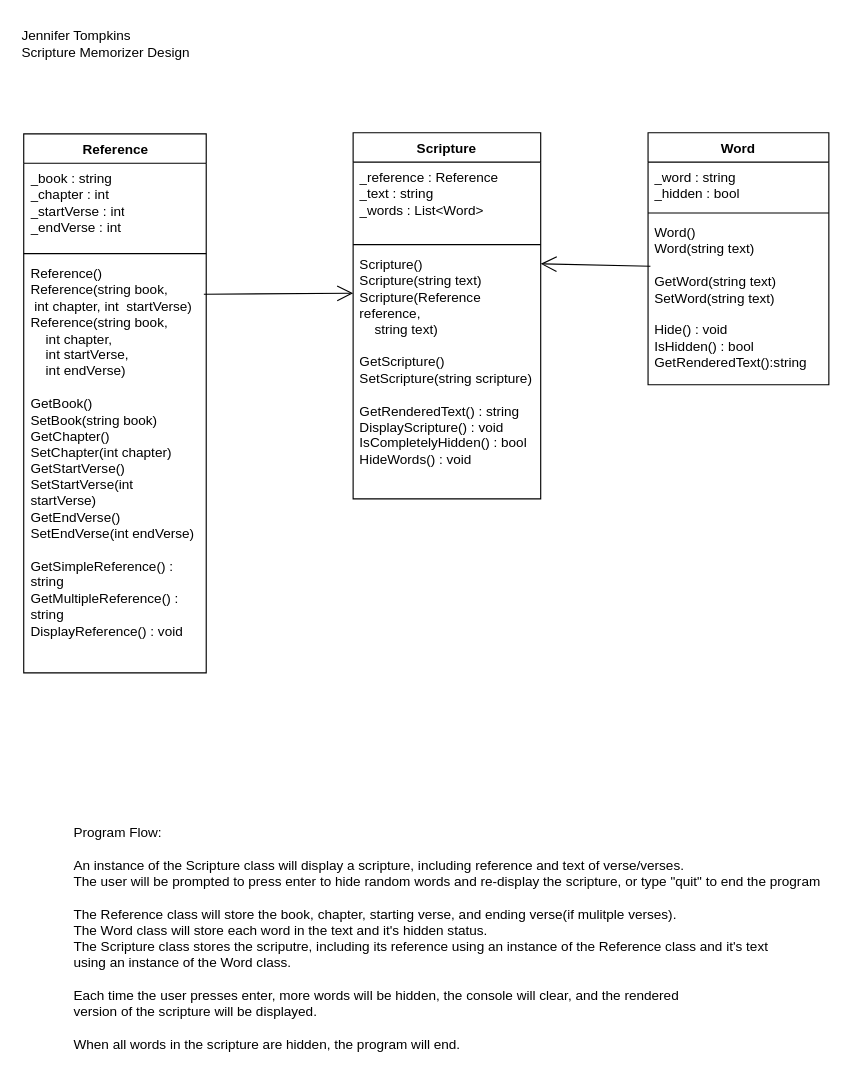
Above: prove/Develop03/ScriptureDiagram.drawio in jtompkins1/cse210-projects (draw.io), before the change. Source tidied: cells renumbered, new cells numbered last; positions are measured from the earlier drawing's top-left corner, leaving out a move shared by most shapes. Both pictures are drawn from the tidied source at 113%, with x=0, y=0 at pixel (19, 19).
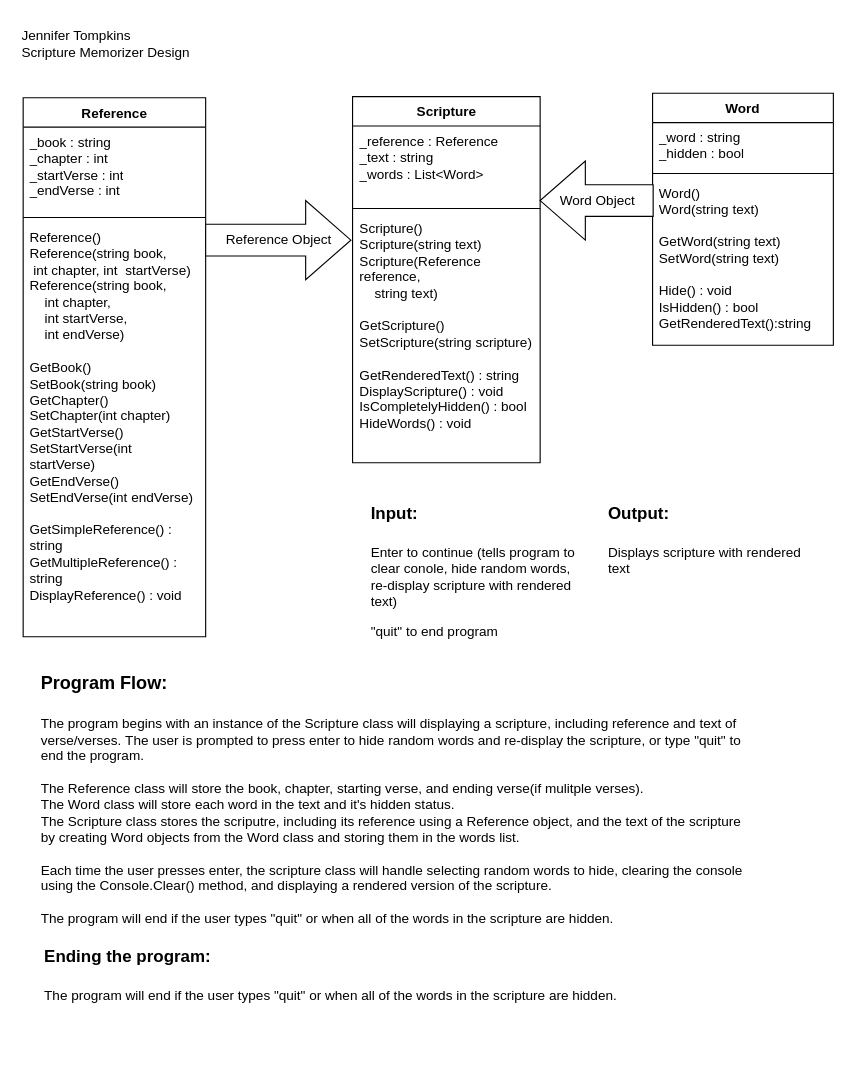
The same page after the edit.

Unchanged cells that the change refers to:
```xml
<mxCell id="17" value="&lt;div style=&quot;border-color: var(--border-color);&quot;&gt;Word()&lt;/div&gt;&lt;div style=&quot;border-color: var(--border-color);&quot;&gt;Word(string text)&lt;/div&gt;&lt;div style=&quot;border-color: var(--border-color);&quot;&gt;&lt;br style=&quot;border-color: var(--border-color);&quot;&gt;&lt;/div&gt;&lt;div style=&quot;border-color: var(--border-color);&quot;&gt;GetWord(string text)&lt;/div&gt;&lt;div style=&quot;border-color: var(--border-color);&quot;&gt;SetWord(string text)&lt;/div&gt;&lt;div style=&quot;border-color: var(--border-color);&quot;&gt;&lt;br style=&quot;border-color: var(--border-color);&quot;&gt;&lt;/div&gt;&lt;div style=&quot;border-color: var(--border-color);&quot;&gt;Hide() : void&lt;/div&gt;&lt;div style=&quot;border-color: var(--border-color);&quot;&gt;IsHidden() : bool&lt;/div&gt;&lt;div style=&quot;border-color: var(--border-color);&quot;&gt;GetRenderedText():string&lt;/div&gt;" style="text;strokeColor=none;fillColor=none;align=left;verticalAlign=top;spacingLeft=4;spacingRight=4;overflow=hidden;points=[[0,0.5],[1,0.5]];portConstraint=eastwest;whiteSpace=wrap;html=1;" parent="13" vertex="1">
  <mxGeometry y="75" width="160" height="148" as="geometry" />
</mxCell>
```

Diff of the diagram source:
```diff
@@
-    <mxCell id="2" value="Program Flow:&lt;br&gt;&lt;br&gt;An instance of the Scripture class will display a scripture, including reference and text of verse/verses.&lt;br&gt;The user will be prompted to press enter to hide random words and re-display the scripture, or type &quot;quit&quot; to end the program&lt;br&gt;&lt;br&gt;The Reference class will store the book, chapter, starting verse, and ending verse(if mulitple verses).&lt;br&gt;The Word class will store each word in the text and it's hidden status.&lt;br&gt;The Scripture class stores the scriputre, including its reference using an instance of the Reference class and it's text &lt;br&gt;using an instance of the Word class.&lt;br&gt;&lt;br&gt;Each time the user presses enter, more words will be hidden, the console will clear, and the rendered&lt;br&gt;version of the scripture will be displayed.&lt;br&gt;&lt;br&gt;When all words in the scripture are hidden, the program will end." style="text;html=1;align=left;verticalAlign=middle;strokeColor=none;fillColor=none;" parent="1" vertex="1">
-      <mxGeometry x="46" y="706" width="679" height="214" as="geometry" />
+    <mxCell id="2" value="&lt;div style=&quot;font-size: 16px;&quot;&gt;&lt;font style=&quot;font-size: 16px;&quot;&gt;&lt;b&gt;Program Flow:&lt;/b&gt;&lt;/font&gt;&lt;/div&gt;&lt;div style=&quot;font-size: 16px;&quot;&gt;&lt;br&gt;&lt;/div&gt;&lt;div&gt;The program begins with an instance of the Scripture class will displaying a scripture, including reference and text of&amp;nbsp;&lt;/div&gt;&lt;div&gt;verse/verses.&amp;nbsp;&lt;span style=&quot;background-color: initial;&quot;&gt;The user is prompted to press enter to hide random words and re-display the scripture, or type &quot;quit&quot; to&amp;nbsp;&lt;/span&gt;&lt;/div&gt;&lt;div&gt;&lt;span style=&quot;background-color: initial;&quot;&gt;end the program.&lt;/span&gt;&lt;/div&gt;&lt;div&gt;&lt;br&gt;&lt;/div&gt;&lt;div&gt;The Reference class will store the book, chapter, starting verse, and ending verse(if mulitple verses).&lt;/div&gt;&lt;div&gt;The Word class will store each word in the text and it's hidden status.&lt;/div&gt;&lt;div&gt;The Scripture class stores the scriputre, including its reference using a Reference object, and the text of the scripture&lt;/div&gt;&lt;div&gt;by creating Word objects from the Word class and storing them in the words list.&lt;/div&gt;&lt;div&gt;&lt;br&gt;&lt;/div&gt;&lt;div&gt;Each time the user presses enter, the scripture class will handle selecting random words to hide, clearing the console&amp;nbsp;&lt;/div&gt;&lt;div&gt;using the Console.Clear() method, and displaying a rendered version of the scripture.&amp;nbsp;&lt;/div&gt;&lt;div&gt;&lt;br&gt;&lt;/div&gt;&lt;div&gt;The program will end if the user types &quot;quit&quot; or when all of the words in the scripture are hidden.&lt;/div&gt;" style="text;html=1;align=left;verticalAlign=middle;strokeColor=none;fillColor=none;" parent="1" vertex="1">
+      <mxGeometry x="17" y="571" width="642" height="238" as="geometry" />
     </mxCell>
@@
     <mxCell id="4" value="Reference" style="swimlane;fontStyle=1;align=center;verticalAlign=top;horizontal=1;startSize=26;whiteSpace=wrap;html=1;" parent="1" vertex="1">
-      <mxGeometry x="3.5" y="101" width="161.5" height="477" as="geometry" />
+      <mxGeometry x="3" y="69" width="161.5" height="477" as="geometry" />
     </mxCell>
@@
-    <mxCell id="7" style="endArrow=open;endFill=1;endSize=12;html=1;rounded=0;exitX=0.981;exitY=0.087;exitDx=0;exitDy=0;exitPerimeter=0;" parent="4" edge="1">
-      <mxGeometry relative="1" as="geometry">
-        <mxPoint x="159.4" y="141.9" as="sourcePoint" />
-        <mxPoint x="291.5" y="141" as="targetPoint" />
-      </mxGeometry>
-    </mxCell>
@@
     <mxCell id="9" value="Scripture" style="swimlane;fontStyle=1;align=center;verticalAlign=top;horizontal=1;startSize=26;whiteSpace=wrap;html=1;" parent="1" vertex="1">
-      <mxGeometry x="295" y="100" width="166" height="324" as="geometry" />
+      <mxGeometry x="294.5" y="68" width="166" height="324" as="geometry" />
     </mxCell>
@@
     <mxCell id="13" value="Word" style="swimlane;fontStyle=1;align=center;verticalAlign=top;horizontal=1;startSize=26;whiteSpace=wrap;html=1;" parent="1" vertex="1">
-      <mxGeometry x="556" y="100" width="160" height="223" as="geometry" />
+      <mxGeometry x="560" y="65" width="160" height="223" as="geometry" />
     </mxCell>
@@
-    <mxCell id="16" style="endArrow=open;endFill=1;endSize=12;html=1;rounded=0;exitX=0.013;exitY=0.291;exitDx=0;exitDy=0;exitPerimeter=0;" parent="13" edge="1" source="17">
-      <mxGeometry relative="1" as="geometry">
-        <mxPoint x="-95" y="116" as="targetPoint" />
-      </mxGeometry>
-    </mxCell>
@@
+    <mxCell id="18" value="Reference Object" style="html=1;shadow=0;dashed=0;align=center;verticalAlign=middle;shape=mxgraph.arrows2.arrow;dy=0.6;dx=40;notch=0;" parent="1" vertex="1">
+      <mxGeometry x="164.5" y="160" width="128.5" height="70" as="geometry" />
+    </mxCell>
+    <mxCell id="19" value="Word Object" style="html=1;shadow=0;dashed=0;align=center;verticalAlign=middle;shape=mxgraph.arrows2.arrow;dy=0.6;dx=40;flipH=1;notch=0;" parent="1" vertex="1">
+      <mxGeometry x="460.5" y="125" width="100" height="70" as="geometry" />
+    </mxCell>
+    <mxCell id="20" value="&lt;h1&gt;&lt;font style=&quot;font-size: 15px;&quot;&gt;Input:&lt;/font&gt;&lt;/h1&gt;&lt;p&gt;Enter to continue (tells program to clear conole, hide random words, re-display scripture with rendered text)&lt;/p&gt;&lt;p&gt;&quot;quit&quot; to end program&lt;/p&gt;&lt;p&gt;&lt;br&gt;&lt;/p&gt;" style="text;html=1;strokeColor=none;fillColor=none;spacing=5;spacingTop=-20;whiteSpace=wrap;overflow=hidden;rounded=0;" parent="1" vertex="1">
+      <mxGeometry x="306" y="414" width="190" height="161" as="geometry" />
+    </mxCell>
+    <mxCell id="21" value="&lt;h1&gt;&lt;font style=&quot;font-size: 15px;&quot;&gt;Output:&lt;/font&gt;&lt;/h1&gt;&lt;p&gt;Displays scripture with rendered text&lt;/p&gt;" style="text;html=1;strokeColor=none;fillColor=none;spacing=5;spacingTop=-20;whiteSpace=wrap;overflow=hidden;rounded=0;" parent="1" vertex="1">
+      <mxGeometry x="516" y="414" width="190" height="120" as="geometry" />
+    </mxCell>
+    <mxCell id="22" value="&lt;h1&gt;&lt;font style=&quot;font-size: 15px;&quot;&gt;Ending the program:&lt;/font&gt;&lt;/h1&gt;&lt;p&gt;The program will end if the user types &quot;quit&quot; or when all of the words in the scripture are hidden.&lt;br&gt;&lt;/p&gt;" style="text;html=1;strokeColor=none;fillColor=none;spacing=5;spacingTop=-20;whiteSpace=wrap;overflow=hidden;rounded=0;" parent="1" vertex="1">
+      <mxGeometry x="17" y="806" width="673" height="120" as="geometry" />
+    </mxCell>
```
